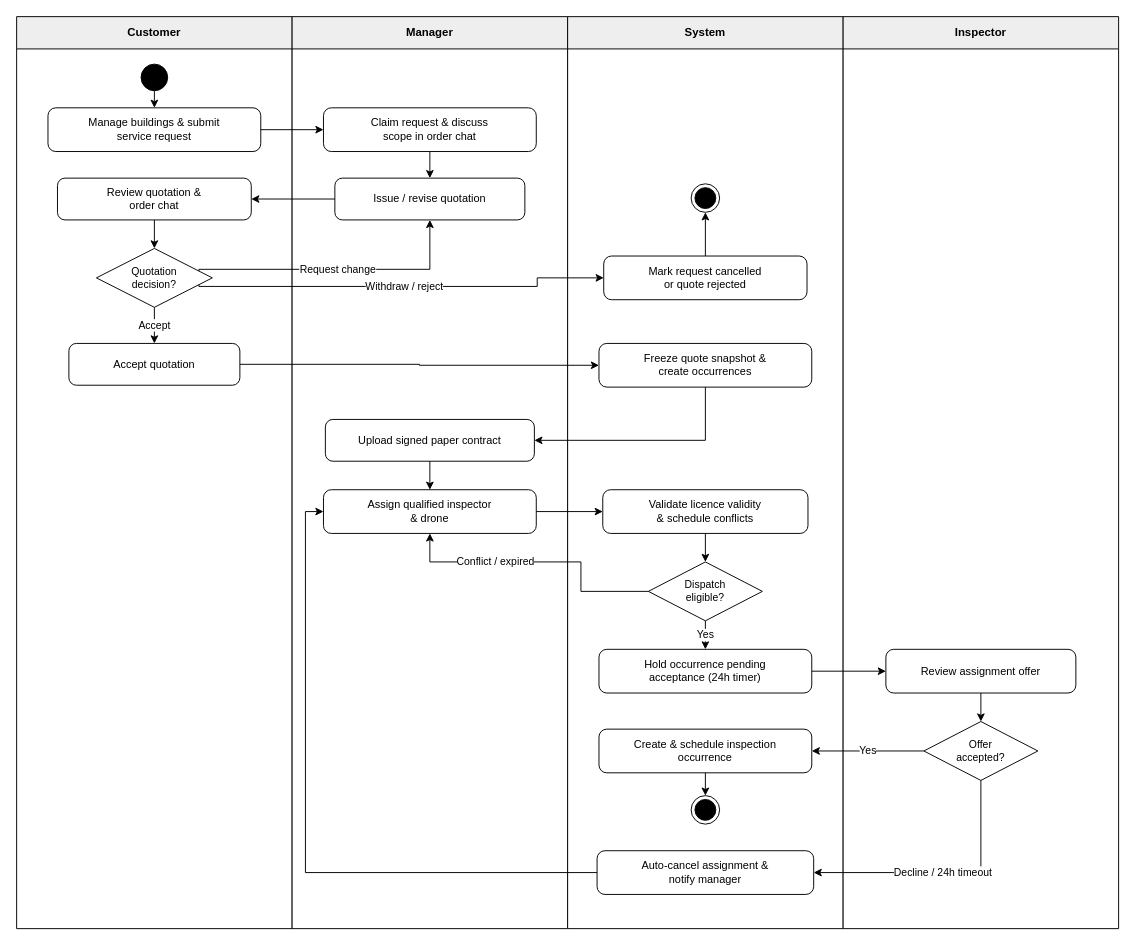
tungbach12/SmartDroneInspection-Docs keeps this draw.io diagram as page "MF2 - Commercial & Dispatch" (3 of 5) of diagrams/smartdrone-activity-diagrams.drawio. Above is the earlier version. Source tidied: cells renumbered, new cells numbered last; positions are measured from the earlier drawing's top-left corner, leaving out a move shared by most shapes. Both pictures are drawn from the tidied source at 95%, with x=0, y=0 at pixel (16, 16).
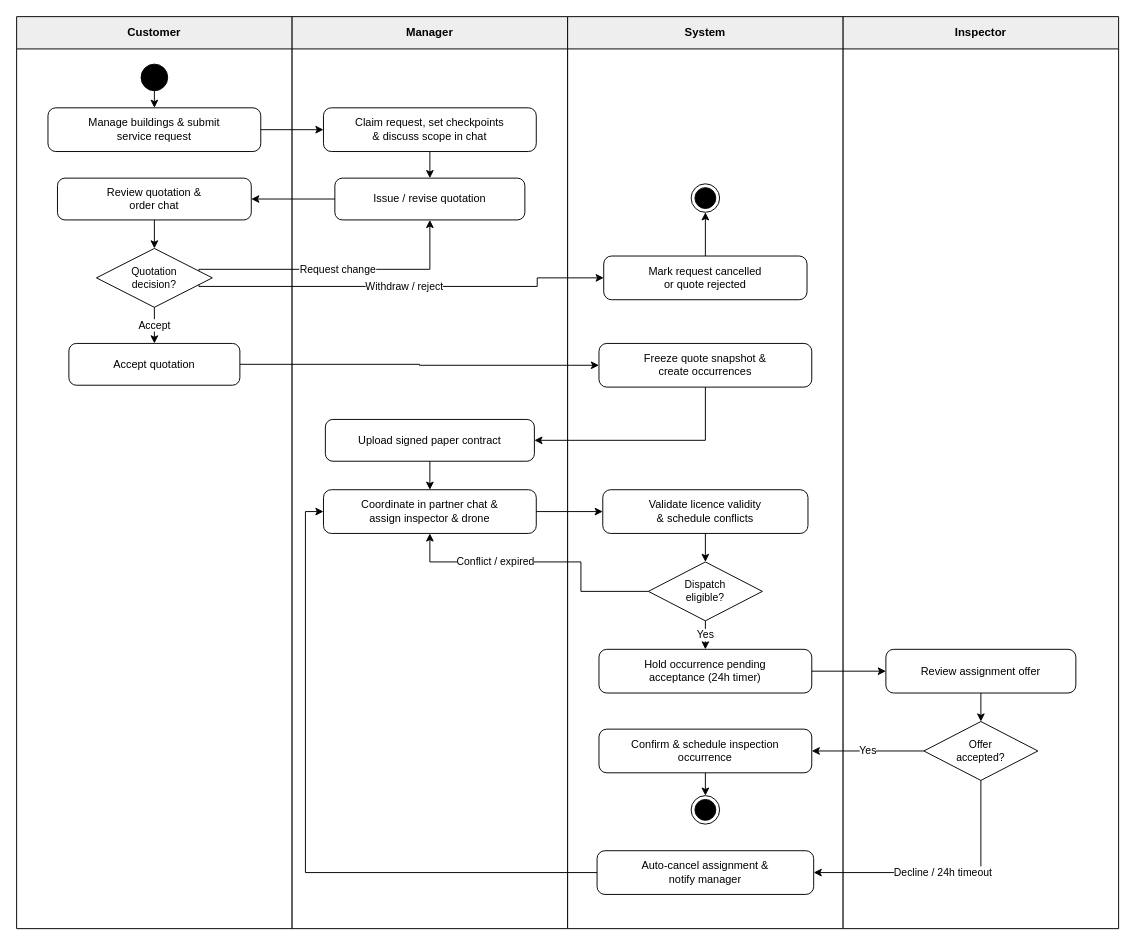
After the change.

Change to the diagram source:
```diff
@@
-    <mxCell id="8" value="Claim request &amp;amp; discuss&lt;br&gt;scope in order chat" style="rounded=1;whiteSpace=wrap;html=1;arcSize=18;fillColor=#FFFFFF;strokeColor=#000000;strokeWidth=1;fontColor=#000000;fontSize=11.5;fontFamily=Helvetica;align=center;verticalAlign=middle;spacingLeft=8;spacingRight=8;" parent="1" vertex="1">
+    <mxCell id="8" value="Claim request, set checkpoints&lt;br&gt;&amp;amp; discuss scope in chat" style="rounded=1;whiteSpace=wrap;html=1;arcSize=18;fillColor=#FFFFFF;strokeColor=#000000;strokeWidth=1;fontColor=#000000;fontSize=11.5;fontFamily=Helvetica;align=center;verticalAlign=middle;spacingLeft=8;spacingRight=8;" parent="1" vertex="1">
       <mxGeometry x="323" y="96" width="224" height="46" as="geometry" />
     </mxCell>
@@
-    <mxCell id="17" value="Assign qualified inspector&lt;br&gt;&amp;amp; drone" style="rounded=1;whiteSpace=wrap;html=1;arcSize=18;fillColor=#FFFFFF;strokeColor=#000000;strokeWidth=1;fontColor=#000000;fontSize=11.5;fontFamily=Helvetica;align=center;verticalAlign=middle;spacingLeft=8;spacingRight=8;" parent="1" vertex="1">
+    <mxCell id="17" value="Coordinate in partner chat &amp;amp;&lt;br&gt;assign inspector &amp;amp; drone" style="rounded=1;whiteSpace=wrap;html=1;arcSize=18;fillColor=#FFFFFF;strokeColor=#000000;strokeWidth=1;fontColor=#000000;fontSize=11.5;fontFamily=Helvetica;align=center;verticalAlign=middle;spacingLeft=8;spacingRight=8;" parent="1" vertex="1">
       <mxGeometry x="323" y="498" width="224" height="46" as="geometry" />
     </mxCell>
@@
-    <mxCell id="23" value="Create &amp;amp; schedule inspection&lt;br&gt;occurrence" style="rounded=1;whiteSpace=wrap;html=1;arcSize=18;fillColor=#FFFFFF;strokeColor=#000000;strokeWidth=1;fontColor=#000000;fontSize=11.5;fontFamily=Helvetica;align=center;verticalAlign=middle;spacingLeft=8;spacingRight=8;" parent="1" vertex="1">
+    <mxCell id="23" value="Confirm &amp;amp; schedule inspection&lt;br&gt;occurrence" style="rounded=1;whiteSpace=wrap;html=1;arcSize=18;fillColor=#FFFFFF;strokeColor=#000000;strokeWidth=1;fontColor=#000000;fontSize=11.5;fontFamily=Helvetica;align=center;verticalAlign=middle;spacingLeft=8;spacingRight=8;" parent="1" vertex="1">
       <mxGeometry x="613" y="750" width="224" height="46" as="geometry" />
     </mxCell>
```
